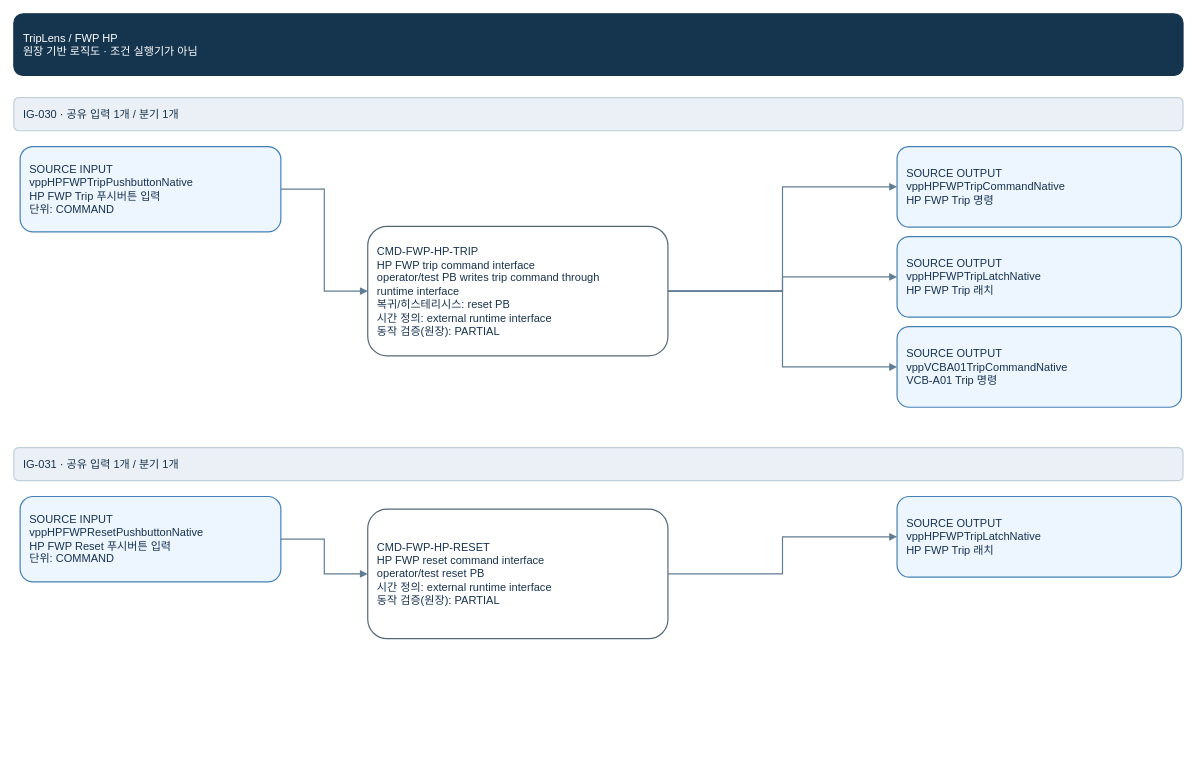
The draw.io diagram page "FWP HP" (2 of 98) of apps/web/public/logic-assets/TripLens_Logic_Master_Current_V8.drawio in khaku25/triplens-thermosyspro-cloud-runner, before the edit. Source tidied: cells renumbered, new cells numbered last; positions are measured from the earlier drawing's top-left corner, leaving out a move shared by most shapes. Both pictures are drawn from the tidied source at 79%, with x=0, y=0 at pixel (13, 13).
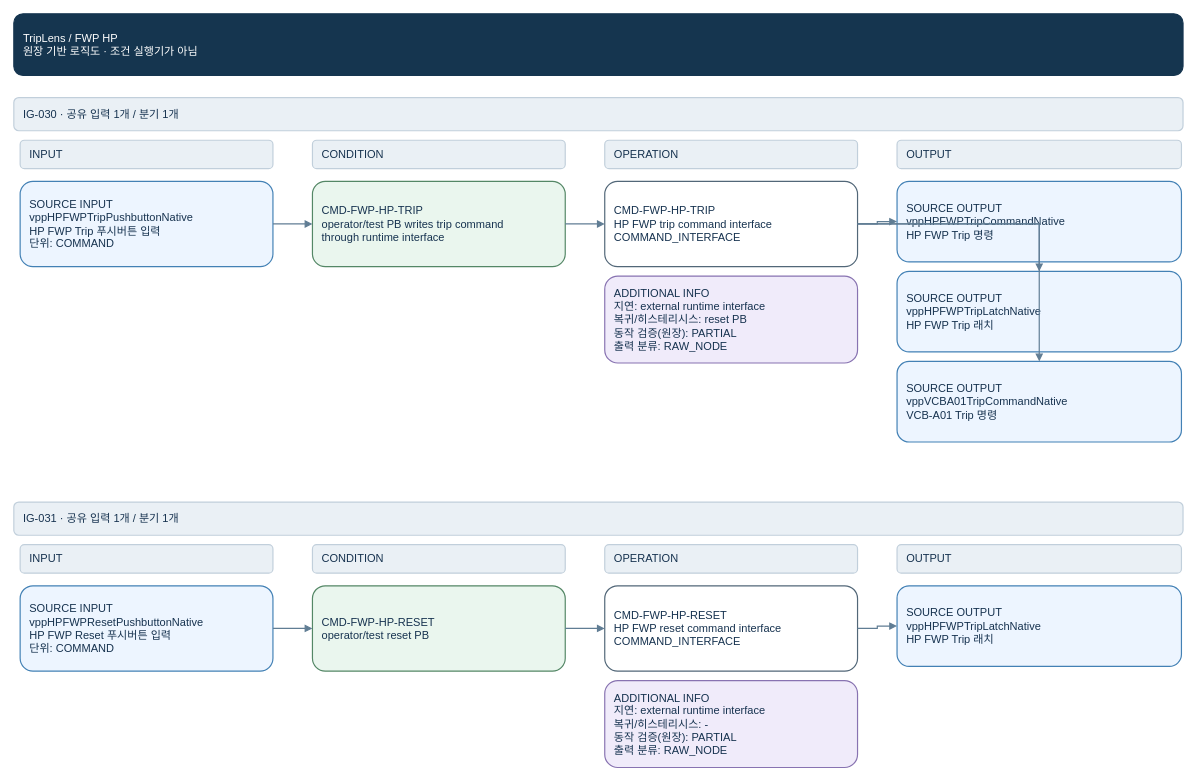
The same page after the edit.

Diff of the diagram source:
```diff
@@
+    <mxCell id="19" value="INPUT" style="rounded=1;whiteSpace=wrap;html=0;fontFamily=Arial;fontSize=14;align=left;verticalAlign=middle;spacing=12;fillColor=#eaf0f5;strokeColor=#c1cfdb;fontColor=#16324f;strokeWidth=1.5;" parent="1" vertex="1">
+      <mxGeometry x="8" y="160" width="320" height="36" as="geometry" />
+    </mxCell>
+    <mxCell id="20" value="CONDITION" style="rounded=1;whiteSpace=wrap;html=0;fontFamily=Arial;fontSize=14;align=left;verticalAlign=middle;spacing=12;fillColor=#eaf0f5;strokeColor=#c1cfdb;fontColor=#16324f;strokeWidth=1.5;" parent="1" vertex="1">
+      <mxGeometry x="378" y="160" width="320" height="36" as="geometry" />
+    </mxCell>
+    <mxCell id="21" value="OPERATION" style="rounded=1;whiteSpace=wrap;html=0;fontFamily=Arial;fontSize=14;align=left;verticalAlign=middle;spacing=12;fillColor=#eaf0f5;strokeColor=#c1cfdb;fontColor=#16324f;strokeWidth=1.5;" parent="1" vertex="1">
+      <mxGeometry x="748" y="160" width="320" height="36" as="geometry" />
+    </mxCell>
+    <mxCell id="22" value="OUTPUT" style="rounded=1;whiteSpace=wrap;html=0;fontFamily=Arial;fontSize=14;align=left;verticalAlign=middle;spacing=12;fillColor=#eaf0f5;strokeColor=#c1cfdb;fontColor=#16324f;strokeWidth=1.5;" parent="1" vertex="1">
+      <mxGeometry x="1118" y="160" width="360" height="36" as="geometry" />
+    </mxCell>
     <mxCell id="4" value="SOURCE INPUT&#10;vppHPFWPTripPushbuttonNative&#10;HP FWP Trip 푸시버튼 입력&#10;단위: COMMAND" style="rounded=1;whiteSpace=wrap;html=0;fontFamily=Arial;fontSize=14;align=left;verticalAlign=middle;spacing=12;fillColor=#edf5ff;strokeColor=#4381b5;fontColor=#16324f;strokeWidth=1.5;" parent="1" vertex="1">
-      <mxGeometry x="8" y="168" width="330" height="108" as="geometry" />
+      <mxGeometry x="8" y="212" width="320" height="108" as="geometry" />
     </mxCell>
-    <mxCell id="5" value="CMD-FWP-HP-TRIP&#10;HP FWP trip command interface&#10;operator/test PB writes trip command through&#10;runtime interface&#10;복귀/히스테리시스: reset PB&#10;시간 정의: external runtime interface&#10;동작 검증(원장): PARTIAL" style="rounded=1;whiteSpace=wrap;html=0;fontFamily=Arial;fontSize=14;align=left;verticalAlign=middle;spacing=12;fillColor=#ffffff;strokeColor=#526778;fontColor=#16324f;strokeWidth=1.5;" parent="1" vertex="1">
-      <mxGeometry x="448" y="269" width="380" height="164" as="geometry" />
-    </mxCell>
-    <mxCell id="6" style="edgeStyle=orthogonalEdgeStyle;rounded=0;html=0;endArrow=block;strokeColor=#607d94;strokeWidth=1.5;" parent="1" edge="1" source="4" target="5">
-      <mxGeometry relative="1" as="geometry" />
-    </mxCell>
+    <mxCell id="23" value="CMD-FWP-HP-TRIP&#10;operator/test PB writes trip command&#10;through runtime interface" style="rounded=1;whiteSpace=wrap;html=0;fontFamily=Arial;fontSize=14;align=left;verticalAlign=middle;spacing=12;fillColor=#eaf6ee;strokeColor=#548766;fontColor=#16324f;strokeWidth=1.5;" parent="1" vertex="1">
+      <mxGeometry x="378" y="212" width="320" height="108" as="geometry" />
+    </mxCell>
+    <mxCell id="24" value="CMD-FWP-HP-TRIP&#10;HP FWP trip command interface&#10;COMMAND_INTERFACE" style="rounded=1;whiteSpace=wrap;html=0;fontFamily=Arial;fontSize=14;align=left;verticalAlign=middle;spacing=12;fillColor=#ffffff;strokeColor=#526778;fontColor=#16324f;strokeWidth=1.5;" parent="1" vertex="1">
+      <mxGeometry x="748" y="212" width="320" height="108" as="geometry" />
+    </mxCell>
+    <mxCell id="25" value="ADDITIONAL INFO&#10;지연: external runtime interface&#10;복귀/히스테리시스: reset PB&#10;동작 검증(원장): PARTIAL&#10;출력 분류: RAW_NODE" style="rounded=1;whiteSpace=wrap;html=0;fontFamily=Arial;fontSize=14;align=left;verticalAlign=middle;spacing=12;fillColor=#f0ebfa;strokeColor=#8873b1;fontColor=#16324f;strokeWidth=1.5;" parent="1" vertex="1">
+      <mxGeometry x="748" y="332" width="320" height="110" as="geometry" />
+    </mxCell>
+    <mxCell id="26" style="edgeStyle=orthogonalEdgeStyle;rounded=0;html=0;endArrow=block;strokeColor=#607d94;strokeWidth=1.5;" parent="1" edge="1" source="4" target="23">
+      <mxGeometry relative="1" as="geometry" />
+    </mxCell>
+    <mxCell id="27" style="edgeStyle=orthogonalEdgeStyle;rounded=0;html=0;endArrow=block;strokeColor=#607d94;strokeWidth=1.5;" parent="1" edge="1" source="23" target="24">
+      <mxGeometry relative="1" as="geometry" />
+    </mxCell>
     <mxCell id="7" value="SOURCE OUTPUT&#10;vppHPFWPTripCommandNative&#10;HP FWP Trip 명령" style="rounded=1;whiteSpace=wrap;html=0;fontFamily=Arial;fontSize=14;align=left;verticalAlign=middle;spacing=12;fillColor=#edf5ff;strokeColor=#4381b5;fontColor=#16324f;strokeWidth=1.5;" parent="1" vertex="1">
-      <mxGeometry x="1118" y="168" width="360" height="102" as="geometry" />
+      <mxGeometry x="1118" y="212" width="360" height="102" as="geometry" />
     </mxCell>
-    <mxCell id="8" style="edgeStyle=orthogonalEdgeStyle;rounded=0;html=0;endArrow=block;strokeColor=#607d94;strokeWidth=1.5;" parent="1" edge="1" source="5" target="7">
-      <mxGeometry relative="1" as="geometry" />
-    </mxCell>
+    <mxCell id="28" style="edgeStyle=orthogonalEdgeStyle;rounded=0;html=0;endArrow=block;strokeColor=#607d94;strokeWidth=1.5;" parent="1" edge="1" source="24" target="7">
+      <mxGeometry relative="1" as="geometry" />
+    </mxCell>
     <mxCell id="9" value="SOURCE OUTPUT&#10;vppHPFWPTripLatchNative&#10;HP FWP Trip 래치" style="rounded=1;whiteSpace=wrap;html=0;fontFamily=Arial;fontSize=14;align=left;verticalAlign=middle;spacing=12;fillColor=#edf5ff;strokeColor=#4381b5;fontColor=#16324f;strokeWidth=1.5;" parent="1" vertex="1">
-      <mxGeometry x="1118" y="282" width="360" height="102" as="geometry" />
+      <mxGeometry x="1118" y="326" width="360" height="102" as="geometry" />
     </mxCell>
-    <mxCell id="10" style="edgeStyle=orthogonalEdgeStyle;rounded=0;html=0;endArrow=block;strokeColor=#607d94;strokeWidth=1.5;" parent="1" edge="1" source="5" target="9">
-      <mxGeometry relative="1" as="geometry" />
-    </mxCell>
+    <mxCell id="29" style="edgeStyle=orthogonalEdgeStyle;rounded=0;html=0;endArrow=block;strokeColor=#607d94;strokeWidth=1.5;" parent="1" edge="1" source="24" target="9">
+      <mxGeometry relative="1" as="geometry" />
+    </mxCell>
     <mxCell id="11" value="SOURCE OUTPUT&#10;vppVCBA01TripCommandNative&#10;VCB-A01 Trip 명령" style="rounded=1;whiteSpace=wrap;html=0;fontFamily=Arial;fontSize=14;align=left;verticalAlign=middle;spacing=12;fillColor=#edf5ff;strokeColor=#4381b5;fontColor=#16324f;strokeWidth=1.5;" parent="1" vertex="1">
-      <mxGeometry x="1118" y="396" width="360" height="102" as="geometry" />
+      <mxGeometry x="1118" y="440" width="360" height="102" as="geometry" />
     </mxCell>
-    <mxCell id="12" style="edgeStyle=orthogonalEdgeStyle;rounded=0;html=0;endArrow=block;strokeColor=#607d94;strokeWidth=1.5;" parent="1" edge="1" source="5" target="11">
-      <mxGeometry relative="1" as="geometry" />
-    </mxCell>
+    <mxCell id="30" style="edgeStyle=orthogonalEdgeStyle;rounded=0;html=0;endArrow=block;strokeColor=#607d94;strokeWidth=1.5;" parent="1" edge="1" source="24" target="11">
+      <mxGeometry relative="1" as="geometry" />
+    </mxCell>
     <mxCell id="13" value="IG-031  ·  공유 입력 1개  /  분기 1개" style="rounded=1;whiteSpace=wrap;html=0;fontFamily=Arial;fontSize=14;align=left;verticalAlign=middle;spacing=12;fillColor=#eaf0f5;strokeColor=#c1cfdb;fontColor=#16324f;strokeWidth=1.5;" parent="1" vertex="1">
-      <mxGeometry y="549" width="1480" height="42" as="geometry" />
+      <mxGeometry y="618" width="1480" height="42" as="geometry" />
     </mxCell>
+    <mxCell id="31" value="INPUT" style="rounded=1;whiteSpace=wrap;html=0;fontFamily=Arial;fontSize=14;align=left;verticalAlign=middle;spacing=12;fillColor=#eaf0f5;strokeColor=#c1cfdb;fontColor=#16324f;strokeWidth=1.5;" parent="1" vertex="1">
+      <mxGeometry x="8" y="672" width="320" height="36" as="geometry" />
+    </mxCell>
+    <mxCell id="32" value="CONDITION" style="rounded=1;whiteSpace=wrap;html=0;fontFamily=Arial;fontSize=14;align=left;verticalAlign=middle;spacing=12;fillColor=#eaf0f5;strokeColor=#c1cfdb;fontColor=#16324f;strokeWidth=1.5;" parent="1" vertex="1">
+      <mxGeometry x="378" y="672" width="320" height="36" as="geometry" />
+    </mxCell>
+    <mxCell id="33" value="OPERATION" style="rounded=1;whiteSpace=wrap;html=0;fontFamily=Arial;fontSize=14;align=left;verticalAlign=middle;spacing=12;fillColor=#eaf0f5;strokeColor=#c1cfdb;fontColor=#16324f;strokeWidth=1.5;" parent="1" vertex="1">
+      <mxGeometry x="748" y="672" width="320" height="36" as="geometry" />
+    </mxCell>
+    <mxCell id="34" value="OUTPUT" style="rounded=1;whiteSpace=wrap;html=0;fontFamily=Arial;fontSize=14;align=left;verticalAlign=middle;spacing=12;fillColor=#eaf0f5;strokeColor=#c1cfdb;fontColor=#16324f;strokeWidth=1.5;" parent="1" vertex="1">
+      <mxGeometry x="1118" y="672" width="360" height="36" as="geometry" />
+    </mxCell>
     <mxCell id="14" value="SOURCE INPUT&#10;vppHPFWPResetPushbuttonNative&#10;HP FWP Reset 푸시버튼 입력&#10;단위: COMMAND" style="rounded=1;whiteSpace=wrap;html=0;fontFamily=Arial;fontSize=14;align=left;verticalAlign=middle;spacing=12;fillColor=#edf5ff;strokeColor=#4381b5;fontColor=#16324f;strokeWidth=1.5;" parent="1" vertex="1">
-      <mxGeometry x="8" y="611" width="330" height="108" as="geometry" />
+      <mxGeometry x="8" y="724" width="320" height="108" as="geometry" />
     </mxCell>
-    <mxCell id="15" value="CMD-FWP-HP-RESET&#10;HP FWP reset command interface&#10;operator/test reset PB&#10;시간 정의: external runtime interface&#10;동작 검증(원장): PARTIAL" style="rounded=1;whiteSpace=wrap;html=0;fontFamily=Arial;fontSize=14;align=left;verticalAlign=middle;spacing=12;fillColor=#ffffff;strokeColor=#526778;fontColor=#16324f;strokeWidth=1.5;" parent="1" vertex="1">
-      <mxGeometry x="448" y="627" width="380" height="164" as="geometry" />
-    </mxCell>
-    <mxCell id="16" style="edgeStyle=orthogonalEdgeStyle;rounded=0;html=0;endArrow=block;strokeColor=#607d94;strokeWidth=1.5;" parent="1" edge="1" source="14" target="15">
-      <mxGeometry relative="1" as="geometry" />
-    </mxCell>
+    <mxCell id="35" value="CMD-FWP-HP-RESET&#10;operator/test reset PB" style="rounded=1;whiteSpace=wrap;html=0;fontFamily=Arial;fontSize=14;align=left;verticalAlign=middle;spacing=12;fillColor=#eaf6ee;strokeColor=#548766;fontColor=#16324f;strokeWidth=1.5;" parent="1" vertex="1">
+      <mxGeometry x="378" y="724" width="320" height="108" as="geometry" />
+    </mxCell>
+    <mxCell id="36" value="CMD-FWP-HP-RESET&#10;HP FWP reset command interface&#10;COMMAND_INTERFACE" style="rounded=1;whiteSpace=wrap;html=0;fontFamily=Arial;fontSize=14;align=left;verticalAlign=middle;spacing=12;fillColor=#ffffff;strokeColor=#526778;fontColor=#16324f;strokeWidth=1.5;" parent="1" vertex="1">
+      <mxGeometry x="748" y="724" width="320" height="108" as="geometry" />
+    </mxCell>
+    <mxCell id="37" value="ADDITIONAL INFO&#10;지연: external runtime interface&#10;복귀/히스테리시스: -&#10;동작 검증(원장): PARTIAL&#10;출력 분류: RAW_NODE" style="rounded=1;whiteSpace=wrap;html=0;fontFamily=Arial;fontSize=14;align=left;verticalAlign=middle;spacing=12;fillColor=#f0ebfa;strokeColor=#8873b1;fontColor=#16324f;strokeWidth=1.5;" parent="1" vertex="1">
+      <mxGeometry x="748" y="844" width="320" height="110" as="geometry" />
+    </mxCell>
+    <mxCell id="38" style="edgeStyle=orthogonalEdgeStyle;rounded=0;html=0;endArrow=block;strokeColor=#607d94;strokeWidth=1.5;" parent="1" edge="1" source="14" target="35">
+      <mxGeometry relative="1" as="geometry" />
+    </mxCell>
+    <mxCell id="39" style="edgeStyle=orthogonalEdgeStyle;rounded=0;html=0;endArrow=block;strokeColor=#607d94;strokeWidth=1.5;" parent="1" edge="1" source="35" target="36">
+      <mxGeometry relative="1" as="geometry" />
+    </mxCell>
     <mxCell id="17" value="SOURCE OUTPUT&#10;vppHPFWPTripLatchNative&#10;HP FWP Trip 래치" style="rounded=1;whiteSpace=wrap;html=0;fontFamily=Arial;fontSize=14;align=left;verticalAlign=middle;spacing=12;fillColor=#edf5ff;strokeColor=#4381b5;fontColor=#16324f;strokeWidth=1.5;" parent="1" vertex="1">
-      <mxGeometry x="1118" y="611" width="360" height="102" as="geometry" />
+      <mxGeometry x="1118" y="724" width="360" height="102" as="geometry" />
     </mxCell>
-    <mxCell id="18" style="edgeStyle=orthogonalEdgeStyle;rounded=0;html=0;endArrow=block;strokeColor=#607d94;strokeWidth=1.5;" parent="1" edge="1" source="15" target="17">
-      <mxGeometry relative="1" as="geometry" />
-    </mxCell>
+    <mxCell id="40" style="edgeStyle=orthogonalEdgeStyle;rounded=0;html=0;endArrow=block;strokeColor=#607d94;strokeWidth=1.5;" parent="1" edge="1" source="36" target="17">
+      <mxGeometry relative="1" as="geometry" />
+    </mxCell>
```
